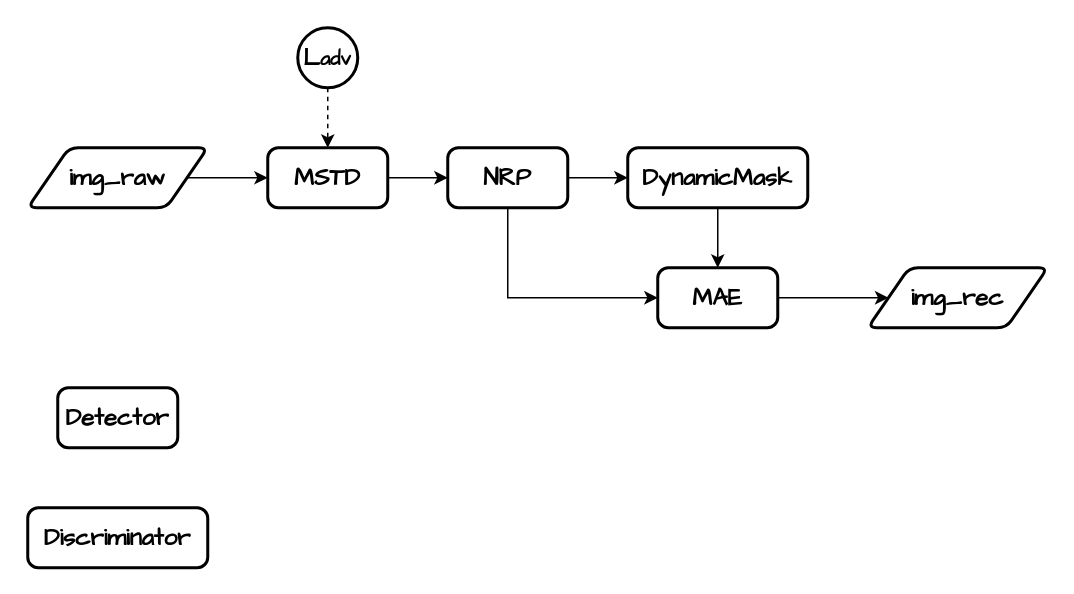
Above: Purification.drawio in umiskky/Diagrams (draw.io), before the change. Source tidied: cells renumbered, new cells numbered last; positions are measured from the earlier drawing's top-left corner, leaving out a move shared by most shapes. Both pictures are drawn from the tidied source at 150%, with x=0, y=0 at pixel (27, 27).
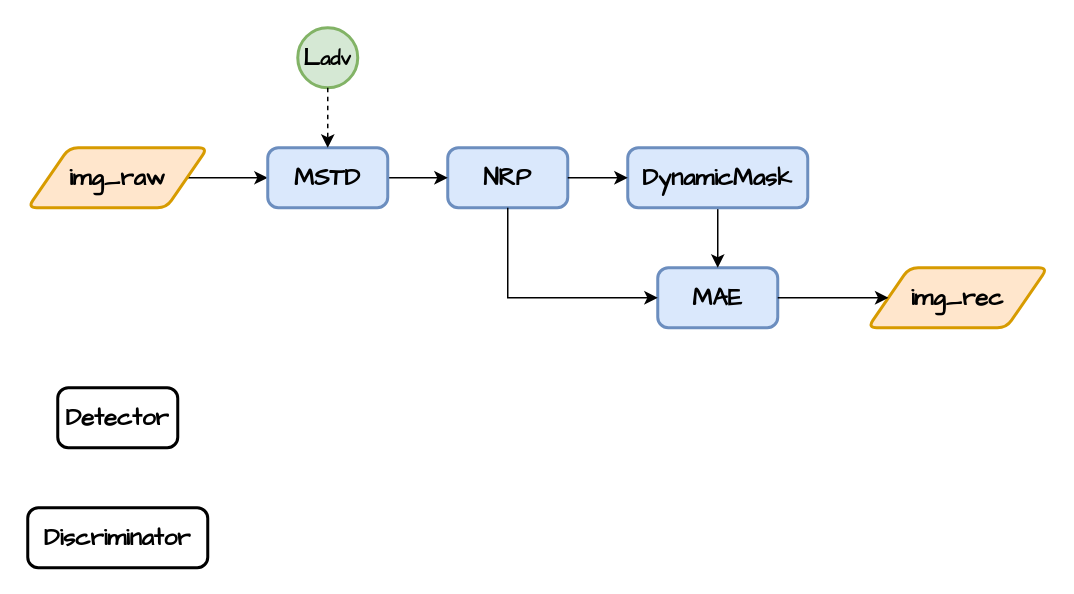
After the change.

Diff of the diagram source:
```diff
@@
 <mxGraphModel>
   <root>
     <mxCell id="0" />
     <mxCell id="1" parent="0" />
     <mxCell id="2" value="&lt;b&gt;Discriminator&lt;/b&gt;" style="rounded=1;whiteSpace=wrap;html=1;absoluteArcSize=1;arcSize=14;strokeWidth=2;fontFamily=Comic Sans MS;fontSize=16;" parent="1" vertex="1">
       <mxGeometry y="320" width="120" height="40" as="geometry" />
     </mxCell>
     <mxCell id="3" value="&lt;b&gt;Detector&lt;/b&gt;" style="rounded=1;whiteSpace=wrap;html=1;absoluteArcSize=1;arcSize=14;strokeWidth=2;fontFamily=Comic Sans MS;fontSize=16;" parent="1" vertex="1">
       <mxGeometry x="20" y="240" width="80" height="40" as="geometry" />
     </mxCell>
     <mxCell id="4" style="group;" parent="1" vertex="1">
       <mxGeometry width="680" height="200" as="geometry" />
     </mxCell>
-    <mxCell id="5" value="&lt;b&gt;L&lt;span style=&quot;font-size: 13.3333px;&quot;&gt;adv&lt;/span&gt;&lt;/b&gt;" style="strokeWidth=2;html=1;shape=mxgraph.flowchart.start_2;whiteSpace=wrap;fontFamily=Comic Sans MS;fontSize=16;" parent="4" vertex="1">
+    <mxCell id="5" value="&lt;b&gt;L&lt;span style=&quot;font-size: 13.3333px;&quot;&gt;adv&lt;/span&gt;&lt;/b&gt;" style="strokeWidth=2;html=1;shape=mxgraph.flowchart.start_2;whiteSpace=wrap;fontFamily=Comic Sans MS;fontSize=16;fillColor=#d5e8d4;strokeColor=#82b366;" parent="4" vertex="1">
       <mxGeometry x="180" width="40" height="40" as="geometry" />
     </mxCell>
     <mxCell id="6" style="edgeStyle=orthogonalEdgeStyle;rounded=0;jettySize=auto;html=1;exitX=1;exitY=0.5;exitDx=0;exitDy=0;entryX=0;entryY=0.5;entryDx=0;entryDy=0;fontFamily=Comic Sans MS;fontSize=16;" parent="4" edge="1" source="7">
       <mxGeometry relative="1" as="geometry">
         <mxPoint x="160" y="100" as="targetPoint" />
       </mxGeometry>
     </mxCell>
-    <mxCell id="7" value="&lt;b&gt;&lt;font face=&quot;Comic Sans MS&quot; style=&quot;font-size: 16px;&quot;&gt;img_raw&lt;/font&gt;&lt;/b&gt;" style="shape=parallelogram;html=1;strokeWidth=2;perimeter=parallelogramPerimeter;whiteSpace=wrap;rounded=1;arcSize=12;size=0.23;" parent="4" vertex="1">
+    <mxCell id="7" value="&lt;b&gt;&lt;font face=&quot;Comic Sans MS&quot; style=&quot;font-size: 16px;&quot;&gt;img_raw&lt;/font&gt;&lt;/b&gt;" style="shape=parallelogram;html=1;strokeWidth=2;perimeter=parallelogramPerimeter;whiteSpace=wrap;rounded=1;arcSize=12;size=0.23;fillColor=#ffe6cc;strokeColor=#d79b00;" parent="4" vertex="1">
       <mxGeometry y="80" width="120" height="40" as="geometry" />
     </mxCell>
-    <mxCell id="8" value="&lt;b&gt;NRP&lt;/b&gt;" style="rounded=1;whiteSpace=wrap;html=1;absoluteArcSize=1;arcSize=14;strokeWidth=2;fontFamily=Comic Sans MS;fontSize=16;" parent="4" vertex="1">
+    <mxCell id="8" value="&lt;b&gt;NRP&lt;/b&gt;" style="rounded=1;whiteSpace=wrap;html=1;absoluteArcSize=1;arcSize=14;strokeWidth=2;fontFamily=Comic Sans MS;fontSize=16;fillColor=#dae8fc;strokeColor=#6c8ebf;" parent="4" vertex="1">
       <mxGeometry x="280" y="80" width="80" height="40" as="geometry" />
     </mxCell>
     <mxCell id="9" style="edgeStyle=orthogonalEdgeStyle;rounded=0;jettySize=auto;html=1;exitX=1;exitY=0.5;exitDx=0;exitDy=0;entryX=0;entryY=0.5;entryDx=0;entryDy=0;fontFamily=Comic Sans MS;fontSize=16;" parent="4" edge="1" source="10" target="8">
       <mxGeometry relative="1" as="geometry" />
     </mxCell>
-    <mxCell id="10" value="&lt;b&gt;MSTD&lt;/b&gt;" style="rounded=1;whiteSpace=wrap;html=1;absoluteArcSize=1;arcSize=14;strokeWidth=2;fontFamily=Comic Sans MS;fontSize=16;" parent="4" vertex="1">
+    <mxCell id="10" value="&lt;b&gt;MSTD&lt;/b&gt;" style="rounded=1;whiteSpace=wrap;html=1;absoluteArcSize=1;arcSize=14;strokeWidth=2;fontFamily=Comic Sans MS;fontSize=16;fillColor=#dae8fc;strokeColor=#6c8ebf;" parent="4" vertex="1">
       <mxGeometry x="160" y="80" width="80" height="40" as="geometry" />
     </mxCell>
     <mxCell id="11" style="edgeStyle=orthogonalEdgeStyle;rounded=0;jettySize=auto;html=1;exitX=0.5;exitY=1;exitDx=0;exitDy=0;exitPerimeter=0;entryX=0.5;entryY=0;entryDx=0;entryDy=0;fontFamily=Comic Sans MS;fontSize=16;dashed=1;" parent="4" edge="1" source="5" target="10">
       <mxGeometry relative="1" as="geometry" />
     </mxCell>
-    <mxCell id="12" value="&lt;b&gt;MAE&lt;/b&gt;" style="rounded=1;whiteSpace=wrap;html=1;absoluteArcSize=1;arcSize=14;strokeWidth=2;fontFamily=Comic Sans MS;fontSize=16;" parent="4" vertex="1">
+    <mxCell id="12" value="&lt;b&gt;MAE&lt;/b&gt;" style="rounded=1;whiteSpace=wrap;html=1;absoluteArcSize=1;arcSize=14;strokeWidth=2;fontFamily=Comic Sans MS;fontSize=16;fillColor=#dae8fc;strokeColor=#6c8ebf;" parent="4" vertex="1">
       <mxGeometry x="420" y="160" width="80" height="40" as="geometry" />
     </mxCell>
     <mxCell id="13" style="edgeStyle=orthogonalEdgeStyle;rounded=0;jettySize=auto;html=1;exitX=0.5;exitY=1;exitDx=0;exitDy=0;entryX=0;entryY=0.5;entryDx=0;entryDy=0;fontFamily=Comic Sans MS;fontSize=16;" parent="4" edge="1" source="8" target="12">
       <mxGeometry relative="1" as="geometry" />
     </mxCell>
     <mxCell id="14" style="edgeStyle=orthogonalEdgeStyle;rounded=0;jettySize=auto;html=1;exitX=0.5;exitY=1;exitDx=0;exitDy=0;entryX=0.5;entryY=0;entryDx=0;entryDy=0;fontFamily=Comic Sans MS;fontSize=16;" parent="4" edge="1" source="15" target="12">
       <mxGeometry relative="1" as="geometry" />
     </mxCell>
-    <mxCell id="15" value="&lt;b&gt;DynamicMask&lt;/b&gt;" style="rounded=1;whiteSpace=wrap;html=1;absoluteArcSize=1;arcSize=14;strokeWidth=2;fontFamily=Comic Sans MS;fontSize=16;" parent="4" vertex="1">
+    <mxCell id="15" value="&lt;b&gt;DynamicMask&lt;/b&gt;" style="rounded=1;whiteSpace=wrap;html=1;absoluteArcSize=1;arcSize=14;strokeWidth=2;fontFamily=Comic Sans MS;fontSize=16;fillColor=#dae8fc;strokeColor=#6c8ebf;" parent="4" vertex="1">
       <mxGeometry x="400" y="80" width="120" height="40" as="geometry" />
     </mxCell>
     <mxCell id="16" style="edgeStyle=orthogonalEdgeStyle;rounded=0;jettySize=auto;html=1;exitX=1;exitY=0.5;exitDx=0;exitDy=0;entryX=0;entryY=0.5;entryDx=0;entryDy=0;fontFamily=Comic Sans MS;fontSize=16;" parent="4" edge="1" source="8" target="15">
       <mxGeometry relative="1" as="geometry" />
     </mxCell>
-    <mxCell id="17" value="&lt;b&gt;&lt;font face=&quot;Comic Sans MS&quot; style=&quot;font-size: 16px;&quot;&gt;img_rec&lt;/font&gt;&lt;/b&gt;" style="shape=parallelogram;html=1;strokeWidth=2;perimeter=parallelogramPerimeter;whiteSpace=wrap;rounded=1;arcSize=12;size=0.23;" parent="4" vertex="1">
+    <mxCell id="17" value="&lt;b&gt;&lt;font face=&quot;Comic Sans MS&quot; style=&quot;font-size: 16px;&quot;&gt;img_rec&lt;/font&gt;&lt;/b&gt;" style="shape=parallelogram;html=1;strokeWidth=2;perimeter=parallelogramPerimeter;whiteSpace=wrap;rounded=1;arcSize=12;size=0.23;fillColor=#ffe6cc;strokeColor=#d79b00;" parent="4" vertex="1">
       <mxGeometry x="560" y="160" width="120" height="40" as="geometry" />
     </mxCell>
     <mxCell id="18" style="edgeStyle=orthogonalEdgeStyle;rounded=0;jettySize=auto;html=1;exitX=1;exitY=0.5;exitDx=0;exitDy=0;fontFamily=Comic Sans MS;fontSize=16;" parent="4" edge="1" source="12" target="17">
       <mxGeometry relative="1" as="geometry" />
     </mxCell>
   </root>
 </mxGraphModel>
```
